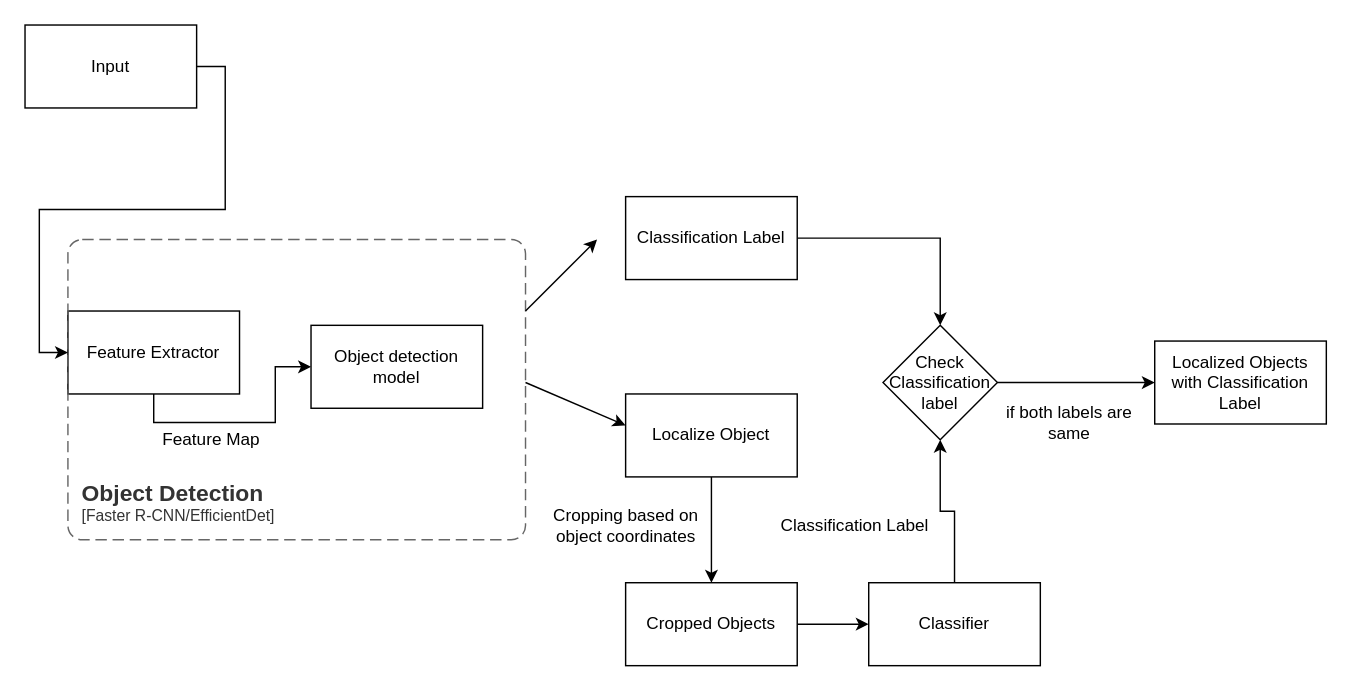
dhrubapuc23/Computer-Vision keeps this draw.io diagram as Untitled Diagram.drawio. Above is the earlier version. Source tidied: cells renumbered, new cells numbered last; positions are measured from the earlier drawing's top-left corner, leaving out a move shared by most shapes. Both pictures are drawn from the tidied source at 143%, with x=0, y=0 at pixel (24, 24).
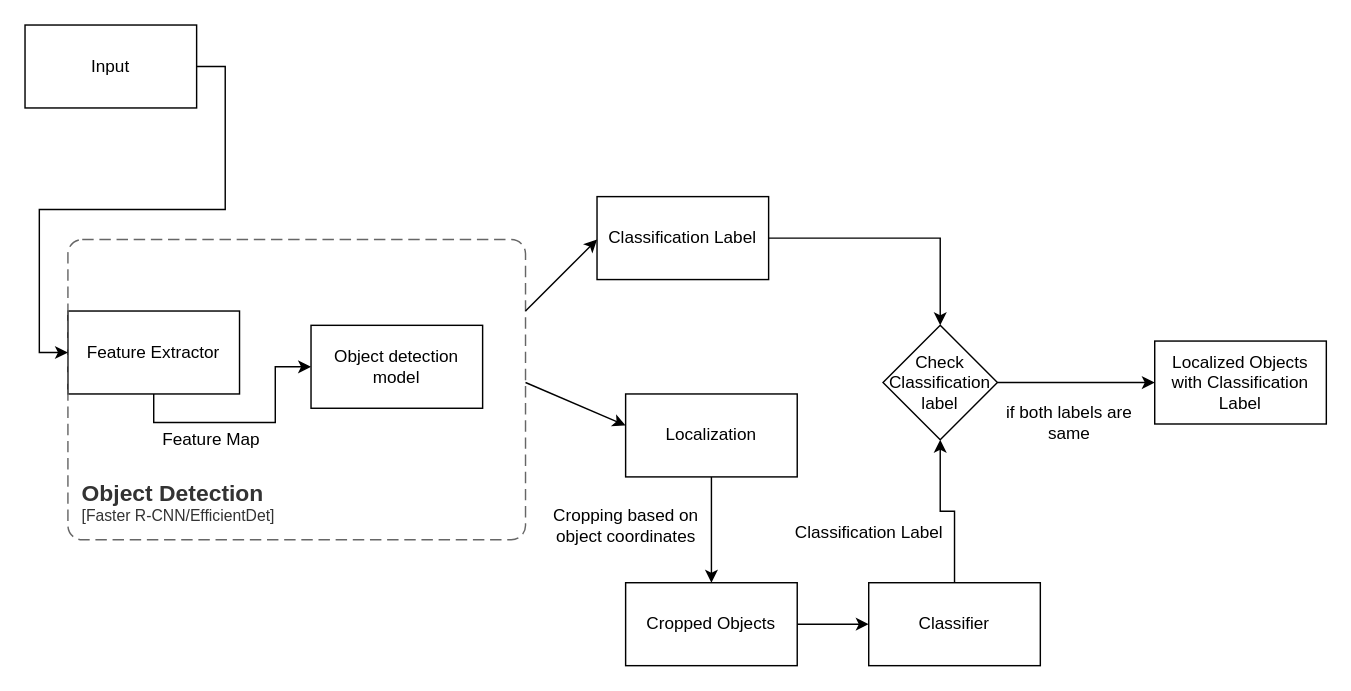
The same diagram, later.

The edit, as a diff of the source:
```diff
@@
-    <mxCell id="8" value="Localize Object" style="rounded=0;whiteSpace=wrap;html=1;" parent="1" vertex="1">
+    <mxCell id="8" value="Localization" style="rounded=0;whiteSpace=wrap;html=1;" parent="1" vertex="1">
       <mxGeometry x="420" y="258" width="120" height="58" as="geometry" />
     </mxCell>
@@
     <mxCell id="19" value="Classification Label" style="rounded=0;whiteSpace=wrap;html=1;" parent="1" vertex="1">
-      <mxGeometry x="420" y="120" width="120" height="58" as="geometry" />
+      <mxGeometry x="400" y="120" width="120" height="58" as="geometry" />
     </mxCell>
@@
     <mxCell id="22" value="Classification Label" style="text;html=1;align=center;verticalAlign=middle;fillColor=none;strokeColor=none;rounded=0;" parent="1" vertex="1">
-      <mxGeometry x="520" y="340" width="120" height="20" as="geometry" />
+      <mxGeometry x="530" y="345" width="120" height="20" as="geometry" />
     </mxCell>
```
